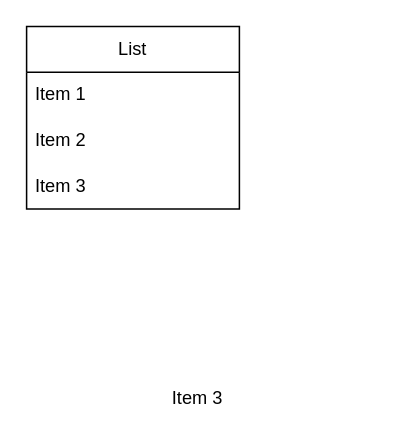
TramLeManh/Games2D-projects keeps this draw.io diagram as test.drawio. Above is the earlier version. Source tidied: cells renumbered, new cells numbered last; positions are measured from the earlier drawing's top-left corner, leaving out a move shared by most shapes. Both pictures are drawn from the tidied source at 152%, with x=0, y=0 at pixel (26, 26).
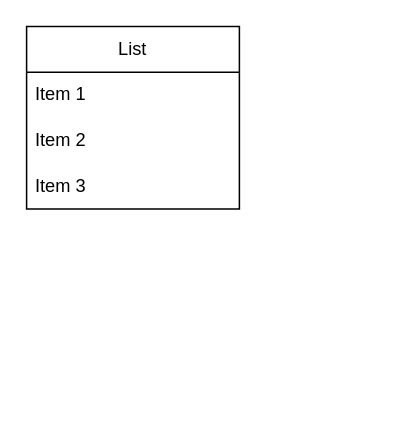
Above is the later version.

What changed in the source:
```diff
@@
 <mxGraphModel>
   <root>
     <mxCell id="0" />
     <mxCell id="1" parent="0" />
     <mxCell id="2" value="List" style="swimlane;fontStyle=0;horizontal=1;startSize=30;whiteSpace=wrap;html=1;" parent="1" vertex="1">
       <mxGeometry width="140" height="120" as="geometry" />
     </mxCell>
     <mxCell id="3" value="Item 1" style="text;strokeColor=none;fillColor=none;align=left;verticalAlign=middle;spacingLeft=4;spacingRight=4;overflow=hidden;whiteSpace=wrap;html=1;" parent="2" vertex="1">
       <mxGeometry y="30" width="140" height="30" as="geometry" />
     </mxCell>
     <mxCell id="4" value="Item 2" style="text;strokeColor=none;fillColor=none;align=left;verticalAlign=middle;spacingLeft=4;spacingRight=4;overflow=hidden;whiteSpace=wrap;html=1;" parent="2" vertex="1">
       <mxGeometry y="60" width="140" height="30" as="geometry" />
     </mxCell>
     <mxCell id="5" value="Item 3" style="text;strokeColor=none;fillColor=none;align=left;verticalAlign=middle;spacingLeft=4;spacingRight=4;overflow=hidden;whiteSpace=wrap;html=1;" parent="2" vertex="1">
       <mxGeometry y="90" width="140" height="30" as="geometry" />
     </mxCell>
-    <mxCell id="6" value="Item 3" style="text;strokeColor=none;fillColor=none;align=left;verticalAlign=middle;spacingLeft=4;spacingRight=4;overflow=hidden;whiteSpace=wrap;html=1;" parent="1" vertex="1">
-      <mxGeometry x="90" y="230" width="140" height="30" as="geometry" />
-    </mxCell>
   </root>
 </mxGraphModel>
```
